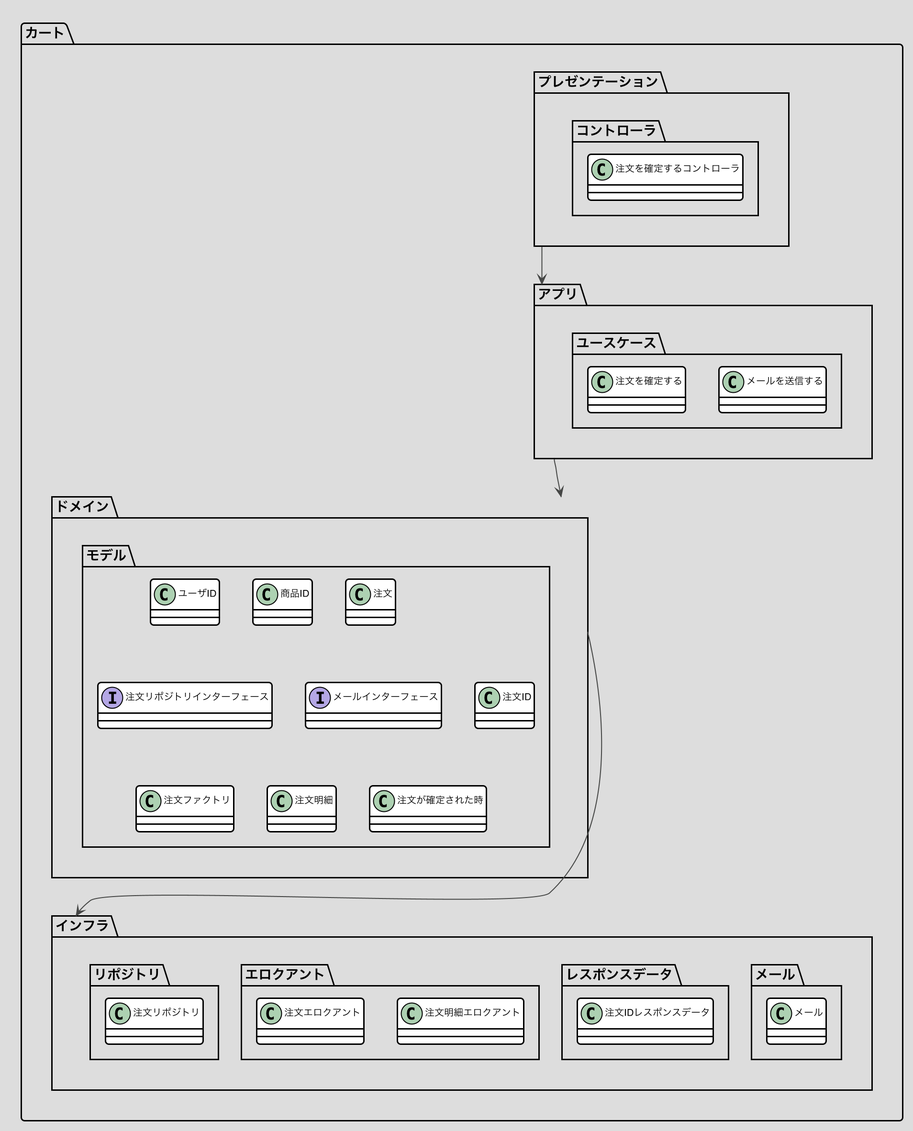
The PlantUML diagram docs/画像/注文.png in nomura-kainos/japanese-ddd-sample, before a commit.
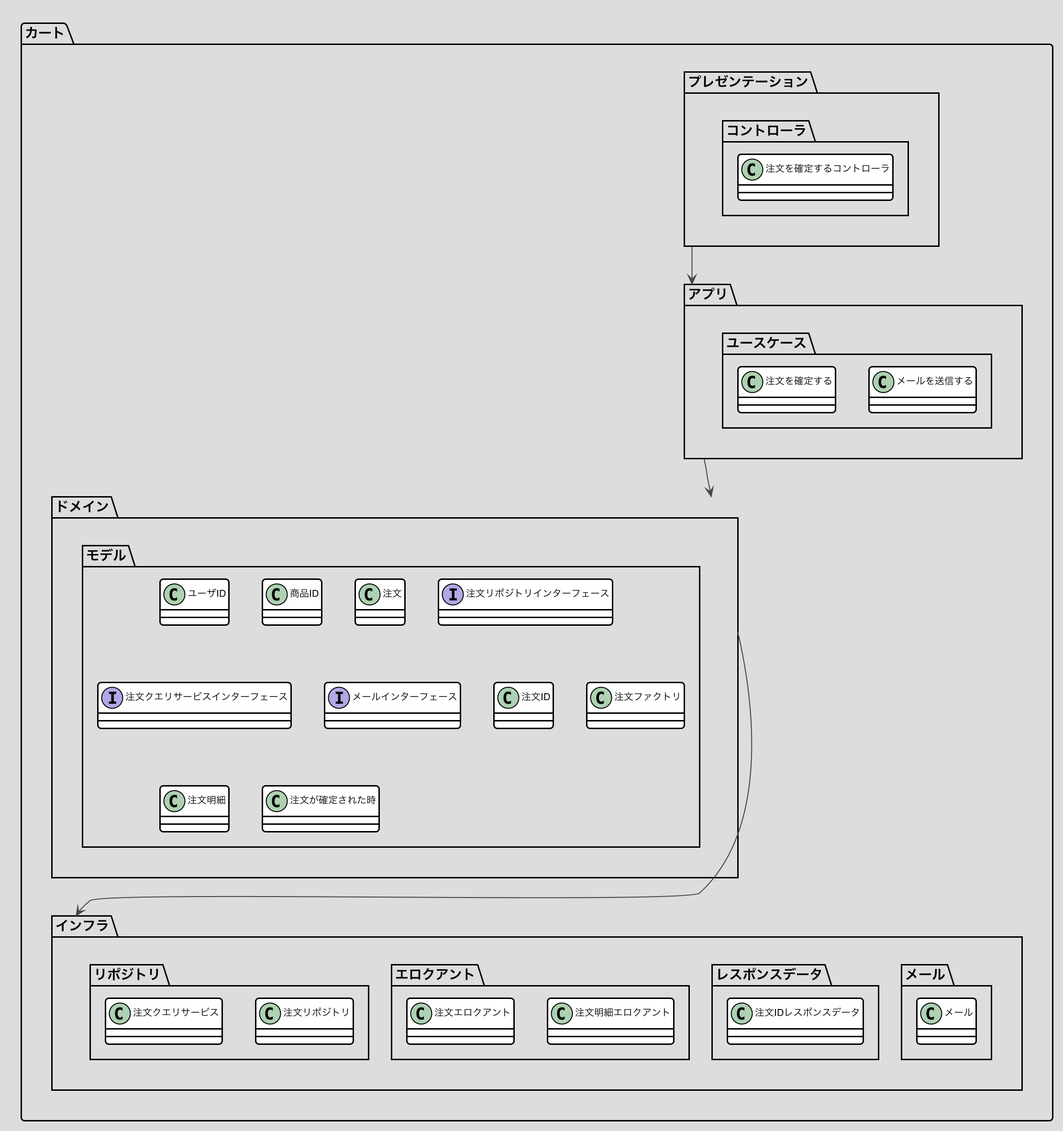
The same diagram one commit later.

The edit, as a diff of the source:
```diff
@@ -72,6 +72,7 @@
    class 商品ID
    class 注文
    interface 注文リポジトリインターフェース
+   interface 注文クエリサービスインターフェース
    interface メールインターフェース
    class 注文ID
    class 注文ファクトリ
@@ -92,6 +93,7 @@
   }
   package リポジトリ {
    class 注文リポジトリ
+   class 注文クエリサービス
   }
  }
 }
```
